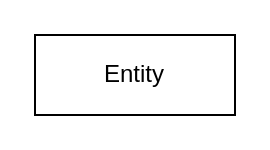
This is buoi1sql.drawio from frozenproof/dactaphanmem, a draw.io file, before an edit. Source tidied: cells renumbered, new cells numbered last; positions are measured from the earlier drawing's top-left corner, leaving out a move shared by most shapes. Both pictures are drawn from the tidied source at 200%, with x=0, y=0 at pixel (34, 34).
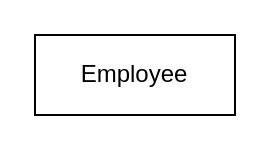
The same diagram, later.

The edit, as a diff of the source:
```diff
@@
 <mxGraphModel>
   <root>
     <mxCell id="0" />
     <mxCell id="1" parent="0" />
-    <mxCell id="2" value="Entity" style="whiteSpace=wrap;html=1;align=center;" parent="1" vertex="1">
+    <mxCell id="2" value="Employee" style="whiteSpace=wrap;html=1;align=center;" parent="1" vertex="1">
       <mxGeometry width="100" height="40" as="geometry" />
     </mxCell>
   </root>
 </mxGraphModel>
```
